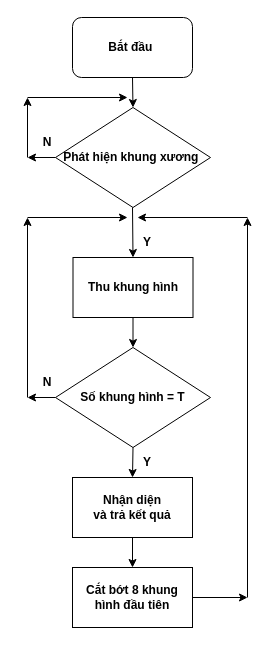
This is flow/realtime.drawio from minhtriidev/Human-Action-Recognition, a draw.io file, before an edit. Source tidied: cells renumbered, new cells numbered last; positions are measured from the earlier drawing's top-left corner, leaving out a move shared by most shapes. Both pictures are drawn from the tidied source at 100%, with x=0, y=0 at pixel (17, 17).
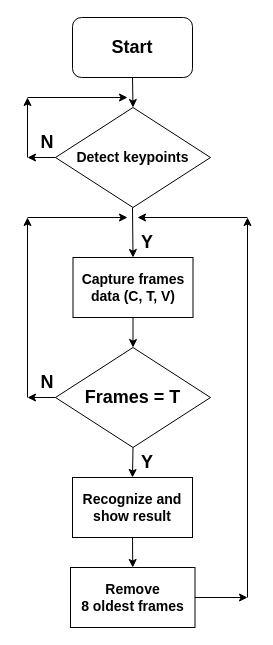
The same diagram, later.

What changed in the source:
```diff
@@
-    <mxCell id="2" value="&lt;b&gt;Bắt đầu&amp;nbsp;&lt;/b&gt;" style="rounded=1;whiteSpace=wrap;html=1;" parent="1" vertex="1">
+    <mxCell id="2" value="&lt;b&gt;&lt;font style=&quot;font-size: 18px;&quot;&gt;Start&lt;/font&gt;&lt;/b&gt;" style="rounded=1;whiteSpace=wrap;html=1;" parent="1" vertex="1">
       <mxGeometry x="55" width="120" height="60" as="geometry" />
     </mxCell>
-    <mxCell id="3" value="&lt;b&gt;Thu khung hình&lt;/b&gt;" style="rounded=0;whiteSpace=wrap;html=1;" parent="1" vertex="1">
+    <mxCell id="3" value="&lt;font style=&quot;font-size: 14px;&quot;&gt;&lt;b&gt;Capture frames&lt;br&gt;data (C, T, V)&lt;/b&gt;&lt;/font&gt;" style="rounded=0;whiteSpace=wrap;html=1;" parent="1" vertex="1">
       <mxGeometry x="55.5" y="240" width="120" height="60" as="geometry" />
     </mxCell>
-    <mxCell id="4" value="&lt;b&gt;Phát hiện khung xương&amp;nbsp;&lt;/b&gt;" style="rhombus;whiteSpace=wrap;html=1;" parent="1" vertex="1">
+    <mxCell id="4" value="&lt;b&gt;&lt;font style=&quot;font-size: 14px;&quot;&gt;Detect keypoints&lt;/font&gt;&lt;/b&gt;" style="rhombus;whiteSpace=wrap;html=1;" parent="1" vertex="1">
       <mxGeometry x="38" y="90" width="155" height="100" as="geometry" />
     </mxCell>
-    <mxCell id="5" value="&lt;b&gt;Số khung hình = T&lt;/b&gt;" style="rhombus;whiteSpace=wrap;html=1;" parent="1" vertex="1">
+    <mxCell id="5" value="&lt;b&gt;&lt;font style=&quot;font-size: 18px;&quot;&gt;Frames = T&lt;/font&gt;&lt;/b&gt;" style="rhombus;whiteSpace=wrap;html=1;" parent="1" vertex="1">
       <mxGeometry x="38" y="330" width="155" height="100" as="geometry" />
     </mxCell>
@@
-    <mxCell id="9" value="&lt;b&gt;Y&lt;/b&gt;" style="text;html=1;strokeColor=none;fillColor=none;align=center;verticalAlign=middle;whiteSpace=wrap;rounded=0;" parent="1" vertex="1">
+    <mxCell id="9" value="&lt;b&gt;&lt;font style=&quot;font-size: 18px;&quot;&gt;Y&lt;/font&gt;&lt;/b&gt;" style="text;html=1;strokeColor=none;fillColor=none;align=center;verticalAlign=middle;whiteSpace=wrap;rounded=0;" parent="1" vertex="1">
       <mxGeometry x="100" y="210" width="60" height="30" as="geometry" />
     </mxCell>
@@
-    <mxCell id="13" value="&lt;b&gt;N&lt;/b&gt;" style="text;html=1;strokeColor=none;fillColor=none;align=center;verticalAlign=middle;whiteSpace=wrap;rounded=0;" parent="1" vertex="1">
+    <mxCell id="13" value="&lt;b&gt;&lt;font style=&quot;font-size: 18px;&quot;&gt;N&lt;/font&gt;&lt;/b&gt;" style="text;html=1;strokeColor=none;fillColor=none;align=center;verticalAlign=middle;whiteSpace=wrap;rounded=0;" parent="1" vertex="1">
       <mxGeometry y="110" width="60" height="30" as="geometry" />
     </mxCell>
-    <mxCell id="14" value="&lt;b&gt;Nhận diện&lt;br&gt;và trả kết quả&lt;br&gt;&lt;/b&gt;" style="rounded=0;whiteSpace=wrap;html=1;" parent="1" vertex="1">
+    <mxCell id="14" value="&lt;font style=&quot;font-size: 14px;&quot;&gt;&lt;b&gt;Recognize and&lt;br&gt;show result&lt;/b&gt;&lt;/font&gt;" style="rounded=0;whiteSpace=wrap;html=1;" parent="1" vertex="1">
       <mxGeometry x="55" y="460" width="120" height="60" as="geometry" />
     </mxCell>
@@
-    <mxCell id="16" value="&lt;b&gt;Y&lt;/b&gt;" style="text;html=1;strokeColor=none;fillColor=none;align=center;verticalAlign=middle;whiteSpace=wrap;rounded=0;" parent="1" vertex="1">
+    <mxCell id="16" value="&lt;b&gt;&lt;font style=&quot;font-size: 18px;&quot;&gt;Y&lt;/font&gt;&lt;/b&gt;" style="text;html=1;strokeColor=none;fillColor=none;align=center;verticalAlign=middle;whiteSpace=wrap;rounded=0;" parent="1" vertex="1">
       <mxGeometry x="100" y="430" width="60" height="30" as="geometry" />
     </mxCell>
@@
-    <mxCell id="20" value="&lt;b&gt;N&lt;/b&gt;" style="text;html=1;strokeColor=none;fillColor=none;align=center;verticalAlign=middle;whiteSpace=wrap;rounded=0;" parent="1" vertex="1">
+    <mxCell id="20" value="&lt;b&gt;&lt;font style=&quot;font-size: 18px;&quot;&gt;N&lt;/font&gt;&lt;/b&gt;" style="text;html=1;strokeColor=none;fillColor=none;align=center;verticalAlign=middle;whiteSpace=wrap;rounded=0;" parent="1" vertex="1">
       <mxGeometry y="350" width="60" height="30" as="geometry" />
     </mxCell>
-    <mxCell id="21" value="&lt;b&gt;Cắt bớt 8 khung hình đầu tiên&lt;/b&gt;" style="rounded=0;whiteSpace=wrap;html=1;" parent="1" vertex="1">
-      <mxGeometry x="55" y="550" width="120" height="60" as="geometry" />
+    <mxCell id="21" value="&lt;b&gt;&lt;font style=&quot;font-size: 14px;&quot;&gt;Remove &lt;br&gt;8 oldest frames&lt;/font&gt;&lt;/b&gt;" style="rounded=0;whiteSpace=wrap;html=1;" parent="1" vertex="1">
+      <mxGeometry x="53" y="550" width="124.5" height="60" as="geometry" />
     </mxCell>
```
